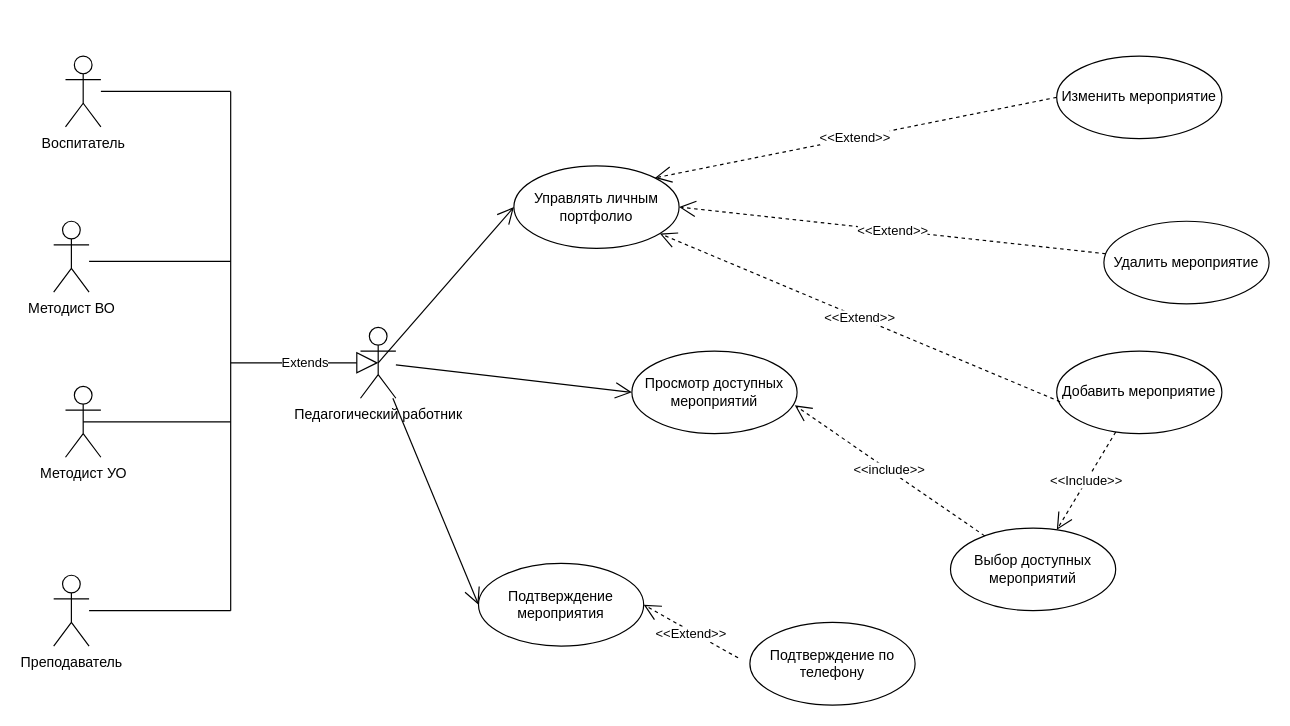
Alexk80/keywords keeps this draw.io diagram as Диаграмма прецедентов для педагогического работника.drawio. Above is the earlier version. Source tidied: cells renumbered, new cells numbered last; positions are measured from the earlier drawing's top-left corner, leaving out a move shared by most shapes. Both pictures are drawn from the tidied source at 118%, with x=0, y=0 at pixel (53, 55).
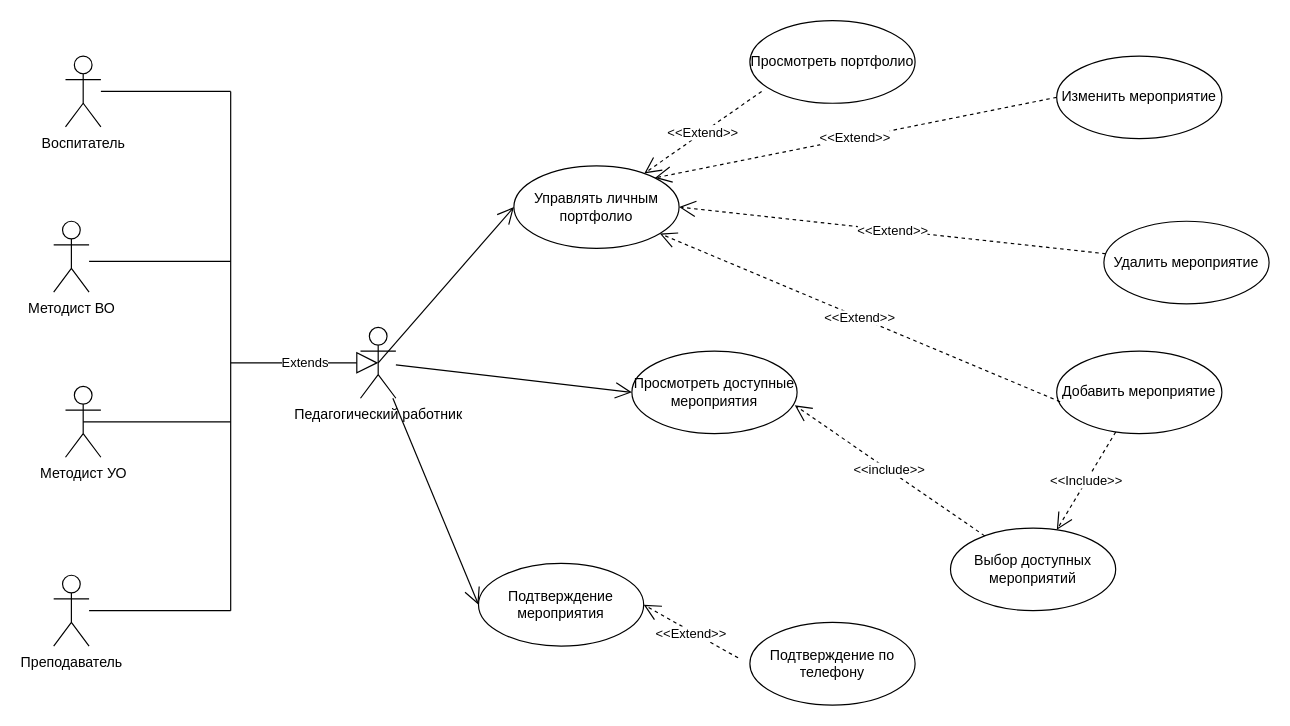
The same page after the edit.

Unchanged cells that the change refers to:
```xml
<mxCell id="13" value="Управлять личным портфолио" style="ellipse;whiteSpace=wrap;html=1;" parent="1" vertex="1">
  <mxGeometry x="390" y="93" width="140" height="70" as="geometry" />
</mxCell>
```

What changed in the source:
```diff
@@
-    <mxCell id="15" value="Просмотр доступных мероприятий" style="ellipse;whiteSpace=wrap;html=1;" parent="1" vertex="1">
+    <mxCell id="15" value="Просмотреть доступные мероприятия" style="ellipse;whiteSpace=wrap;html=1;" parent="1" vertex="1">
       <mxGeometry x="490" y="250" width="140" height="70" as="geometry" />
     </mxCell>
@@
+    <mxCell id="30" value="Просмотреть портфолио" style="ellipse;whiteSpace=wrap;html=1;" parent="1" vertex="1">
+      <mxGeometry x="590" y="-30" width="140" height="70" as="geometry" />
+    </mxCell>
+    <mxCell id="31" value="&amp;lt;&amp;lt;Extend&amp;gt;&amp;gt;" style="endArrow=open;endSize=12;dashed=1;html=1;exitX=0.071;exitY=0.857;exitDx=0;exitDy=0;exitPerimeter=0;" parent="1" edge="1" source="30" target="13">
+      <mxGeometry relative="1" as="geometry" />
+    </mxCell>
```
